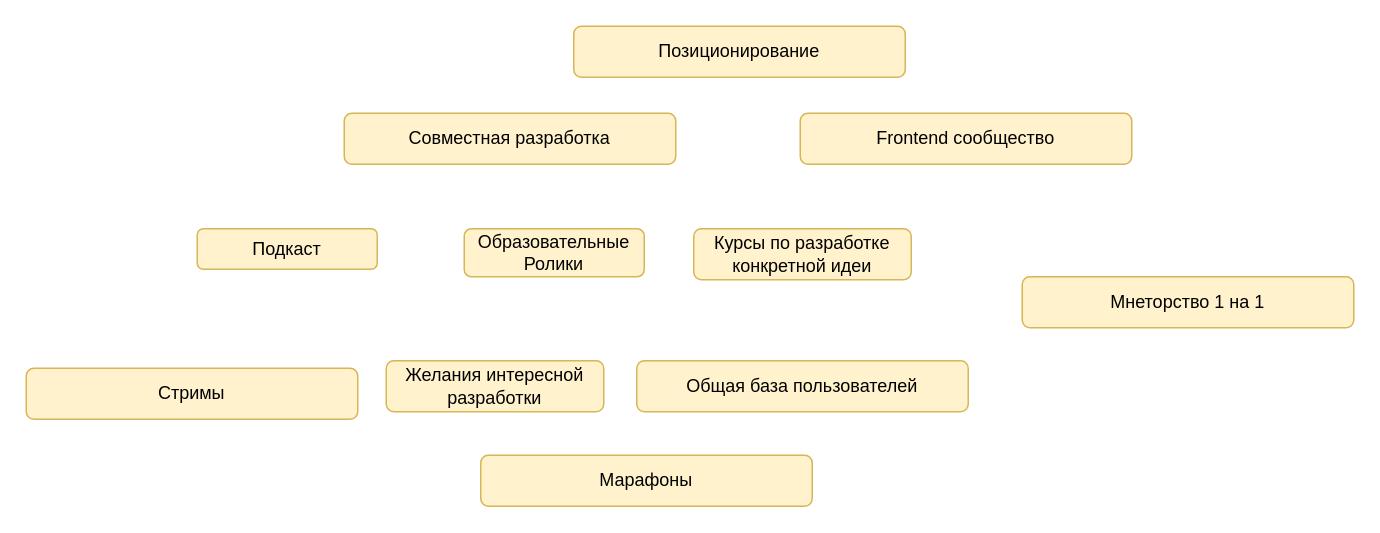
This is Ecosystem.drawio from orlov-oleg-developer/uml-diagrams, a draw.io file, before an edit. Source tidied: cells renumbered, new cells numbered last; positions are measured from the earlier drawing's top-left corner, leaving out a move shared by most shapes. Both pictures are drawn from the tidied source at 150%, with x=0, y=0 at pixel (26, 26).
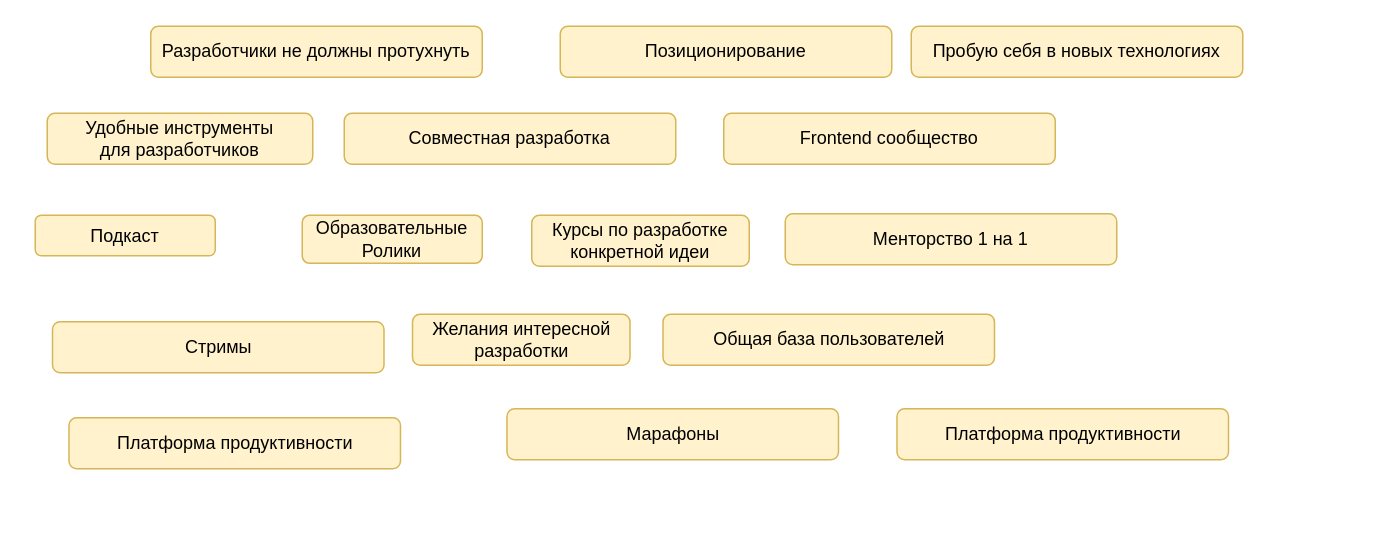
The same page after the edit.

The edit, as a diff of the source:
```diff
@@
 <mxGraphModel>
   <root>
     <mxCell id="0" />
     <mxCell id="1" parent="0" />
     <mxCell id="2" value="Подкаст" style="rounded=1;whiteSpace=wrap;html=1;fillColor=#fff2cc;strokeColor=#d6b656;" parent="1" vertex="1">
-      <mxGeometry x="114" y="135" width="120" height="27" as="geometry" />
+      <mxGeometry x="6" y="126" width="120" height="27" as="geometry" />
     </mxCell>
     <mxCell id="3" value="Образовательные Ролики" style="rounded=1;whiteSpace=wrap;html=1;fillColor=#fff2cc;strokeColor=#d6b656;" parent="1" vertex="1">
-      <mxGeometry x="292" y="135" width="120" height="32" as="geometry" />
+      <mxGeometry x="184" y="126" width="120" height="32" as="geometry" />
     </mxCell>
     <mxCell id="4" value="Курсы по разработке конкретной идеи" style="rounded=1;whiteSpace=wrap;html=1;fillColor=#fff2cc;strokeColor=#d6b656;" parent="1" vertex="1">
-      <mxGeometry x="445" y="135" width="145" height="34" as="geometry" />
+      <mxGeometry x="337" y="126" width="145" height="34" as="geometry" />
     </mxCell>
     <mxCell id="5" value="Желания интересной разработки" style="rounded=1;whiteSpace=wrap;html=1;fillColor=#fff2cc;strokeColor=#d6b656;" parent="1" vertex="1">
-      <mxGeometry x="240" y="223" width="145" height="34" as="geometry" />
+      <mxGeometry x="257.5" y="192" width="145" height="34" as="geometry" />
     </mxCell>
     <mxCell id="6" value="Общая база пользователей" style="rounded=1;whiteSpace=wrap;html=1;fillColor=#fff2cc;strokeColor=#d6b656;" parent="1" vertex="1">
-      <mxGeometry x="407" y="223" width="221" height="34" as="geometry" />
+      <mxGeometry x="424.5" y="192" width="221" height="34" as="geometry" />
     </mxCell>
     <mxCell id="7" value="Стримы" style="rounded=1;whiteSpace=wrap;html=1;fillColor=#fff2cc;strokeColor=#d6b656;" parent="1" vertex="1">
-      <mxGeometry y="228" width="221" height="34" as="geometry" />
+      <mxGeometry x="17.5" y="197" width="221" height="34" as="geometry" />
     </mxCell>
     <mxCell id="8" value="Марафоны" style="rounded=1;whiteSpace=wrap;html=1;fillColor=#fff2cc;strokeColor=#d6b656;" parent="1" vertex="1">
-      <mxGeometry x="303" y="286" width="221" height="34" as="geometry" />
+      <mxGeometry x="320.5" y="255" width="221" height="34" as="geometry" />
     </mxCell>
-    <mxCell id="9" value="Мнеторство 1 на 1" style="rounded=1;whiteSpace=wrap;html=1;fillColor=#fff2cc;strokeColor=#d6b656;" parent="1" vertex="1">
-      <mxGeometry x="664" y="167" width="221" height="34" as="geometry" />
+    <mxCell id="9" value="Менторство 1 на 1" style="rounded=1;whiteSpace=wrap;html=1;fillColor=#fff2cc;strokeColor=#d6b656;" parent="1" vertex="1">
+      <mxGeometry x="506" y="125" width="221" height="34" as="geometry" />
     </mxCell>
     <mxCell id="10" value="Frontend сообщество" style="rounded=1;whiteSpace=wrap;html=1;fillColor=#fff2cc;strokeColor=#d6b656;" parent="1" vertex="1">
-      <mxGeometry x="516" y="58" width="221" height="34" as="geometry" />
+      <mxGeometry x="465" y="58" width="221" height="34" as="geometry" />
     </mxCell>
     <mxCell id="11" value="Совместная разработка" style="rounded=1;whiteSpace=wrap;html=1;fillColor=#fff2cc;strokeColor=#d6b656;" parent="1" vertex="1">
       <mxGeometry x="212" y="58" width="221" height="34" as="geometry" />
     </mxCell>
     <mxCell id="12" value="Позиционирование" style="rounded=1;whiteSpace=wrap;html=1;fillColor=#fff2cc;strokeColor=#d6b656;" parent="1" vertex="1">
-      <mxGeometry x="365" width="221" height="34" as="geometry" />
+      <mxGeometry x="356" width="221" height="34" as="geometry" />
     </mxCell>
+    <mxCell id="13" value="Платформа продуктивности" style="rounded=1;whiteSpace=wrap;html=1;fillColor=#fff2cc;strokeColor=#d6b656;" parent="1" vertex="1">
+      <mxGeometry x="580.5" y="255" width="221" height="34" as="geometry" />
+    </mxCell>
+    <mxCell id="14" value="Платформа продуктивности" style="rounded=1;whiteSpace=wrap;html=1;fillColor=#fff2cc;strokeColor=#d6b656;" parent="1" vertex="1">
+      <mxGeometry x="28.5" y="261" width="221" height="34" as="geometry" />
+    </mxCell>
+    <mxCell id="15" value="Разработчики не должны протухнуть" style="rounded=1;whiteSpace=wrap;html=1;fillColor=#fff2cc;strokeColor=#d6b656;" parent="1" vertex="1">
+      <mxGeometry x="83" width="221" height="34" as="geometry" />
+    </mxCell>
+    <mxCell id="16" value="Удобные инструменты &lt;br&gt;для разработчиков" style="rounded=1;whiteSpace=wrap;html=1;fillColor=#fff2cc;strokeColor=#d6b656;" parent="1" vertex="1">
+      <mxGeometry x="14" y="58" width="177" height="34" as="geometry" />
+    </mxCell>
+    <mxCell id="17" value="Пробую себя в новых технологиях" style="rounded=1;whiteSpace=wrap;html=1;fillColor=#fff2cc;strokeColor=#d6b656;" parent="1" vertex="1">
+      <mxGeometry x="590" width="221" height="34" as="geometry" />
+    </mxCell>
   </root>
 </mxGraphModel>
```
